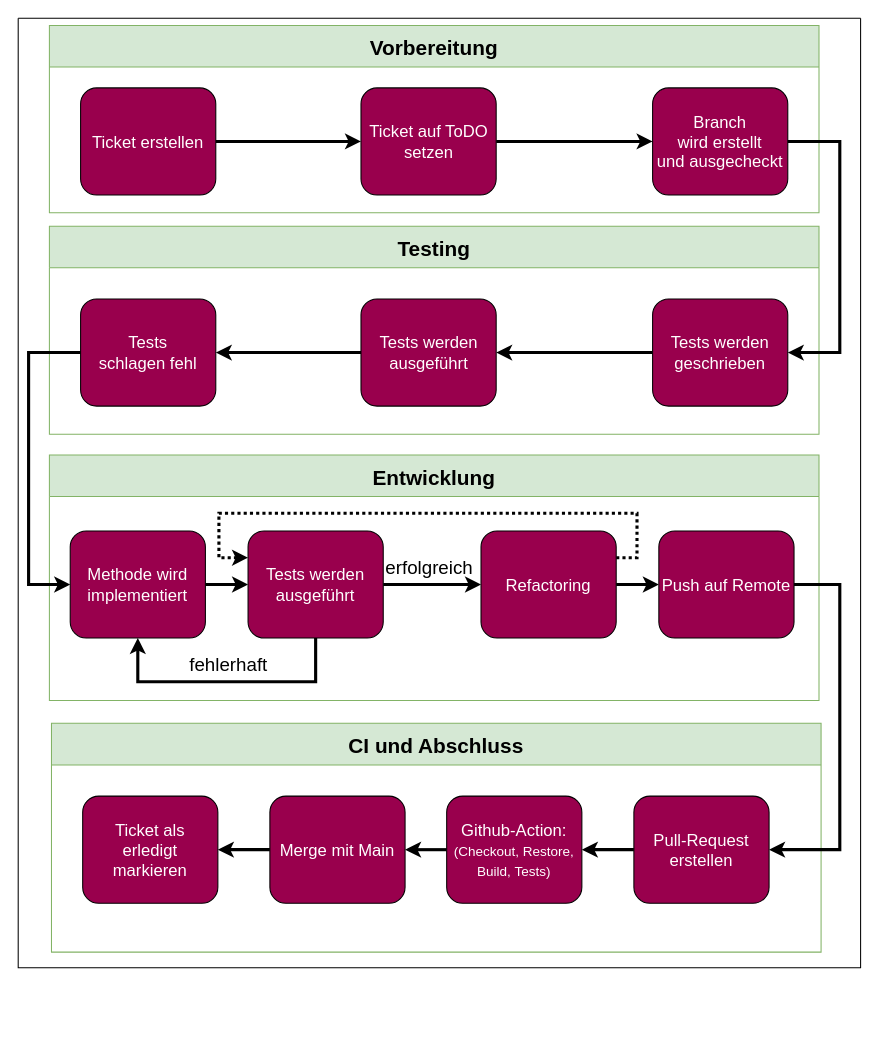
Above: page "Ablauf" (2 of 7) of Parlivote.Shared/Documentation/Untitled Diagram.drawio in schnickalodeon/Parlivote (draw.io), before the change. Source tidied: cells renumbered, new cells numbered last; positions are measured from the earlier drawing's top-left corner, leaving out a move shared by most shapes. Both pictures are drawn from the tidied source at 104%, with x=0, y=0 at pixel (18, 18).
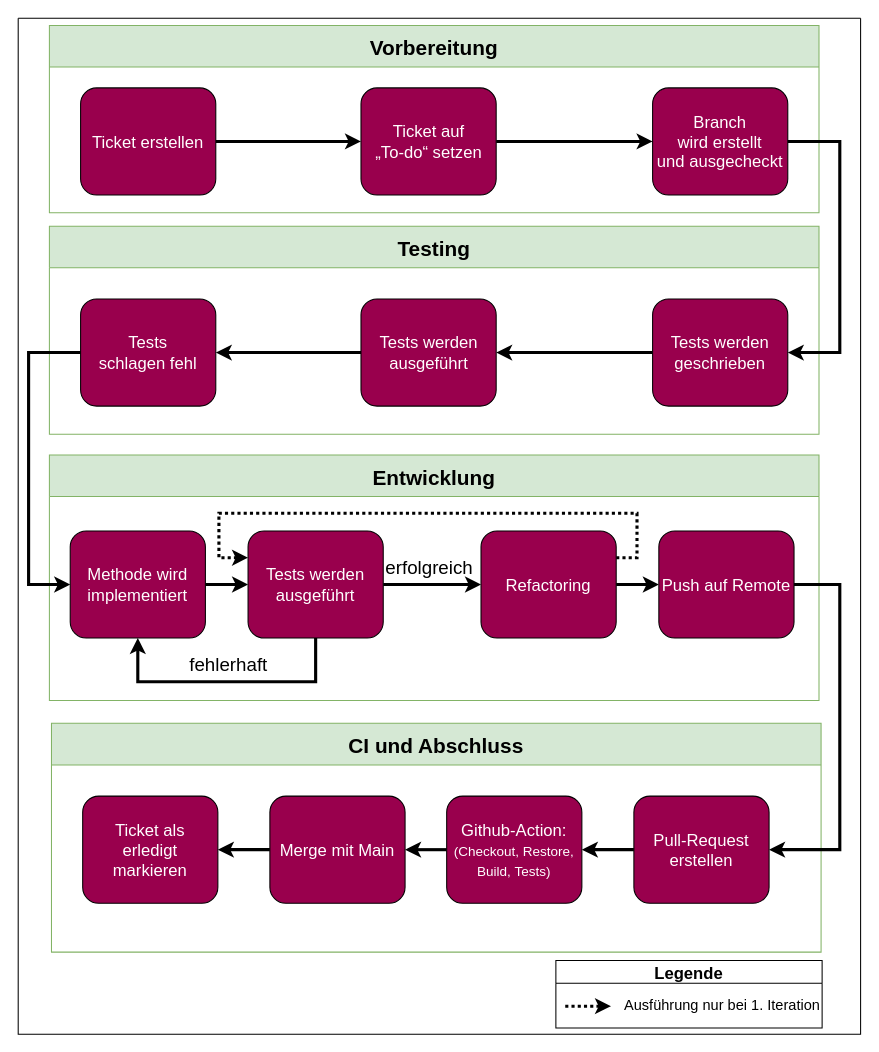
The same diagram, later.

The change refers to these unchanged cells:
```xml
<mxCell id="2" value="Vorbereitung" style="swimlane;startSize=40;fontSize=20;strokeColor=#82b366;fillColor=#d5e8d4;" parent="1" vertex="1">
  <mxGeometry x="30" y="7" width="740" height="180" as="geometry" />
</mxCell>
```

What changed in the source:
```diff
@@
-    <mxCell id="6" value="&lt;font style=&quot;font-size: 16px;&quot;&gt;Ticket auf ToDO setzen&lt;/font&gt;" style="whiteSpace=wrap;html=1;fontSize=16;fillColor=#99004D;rounded=1;fontColor=#FFFFFF;" parent="2" vertex="1">
+    <mxCell id="6" value="&lt;font style=&quot;font-size: 16px;&quot;&gt;Ticket auf &lt;br&gt;„To-do“ setzen&lt;/font&gt;" style="whiteSpace=wrap;html=1;fontSize=16;fillColor=#99004D;rounded=1;fontColor=#FFFFFF;" parent="2" vertex="1">
       <mxGeometry x="299.6" y="60" width="130" height="103" as="geometry" />
     </mxCell>
@@
     <mxCell id="25" style="swimlane;startSize=0;fontSize=13;fontColor=#FFFFFF;strokeColor=#000000;fillColor=#99004D;strokeWidth=1;" parent="1" vertex="1">
-      <mxGeometry width="810" height="913" as="geometry" />
+      <mxGeometry width="810" height="977" as="geometry" />
     </mxCell>
@@
+    <mxCell id="38" value="Legende" style="swimlane;fontSize=16;fillColor=none;startSize=22;" parent="25" vertex="1">
+      <mxGeometry x="517" y="906" width="256" height="65" as="geometry" />
+    </mxCell>
+    <mxCell id="39" style="endArrow=classic;html=1;rounded=0;dashed=1;dashPattern=1 1;fontSize=18;strokeWidth=3;exitX=0.835;exitY=0.954;exitDx=0;exitDy=0;exitPerimeter=0;" parent="38" edge="1">
+      <mxGeometry relative="1" as="geometry">
+        <mxPoint x="9" y="44" as="sourcePoint" />
+        <mxPoint x="53" y="44" as="targetPoint" />
+      </mxGeometry>
+    </mxCell>
+    <mxCell id="40" value="&lt;font style=&quot;font-size: 14px;&quot;&gt;Ausführung nur bei 1. Iteration&lt;/font&gt;" style="text;html=1;align=left;verticalAlign=middle;strokeColor=none;fillColor=none;fontSize=18;" parent="38" vertex="1">
+      <mxGeometry x="64" y="25" width="206" height="34" as="geometry" />
+    </mxCell>
```
